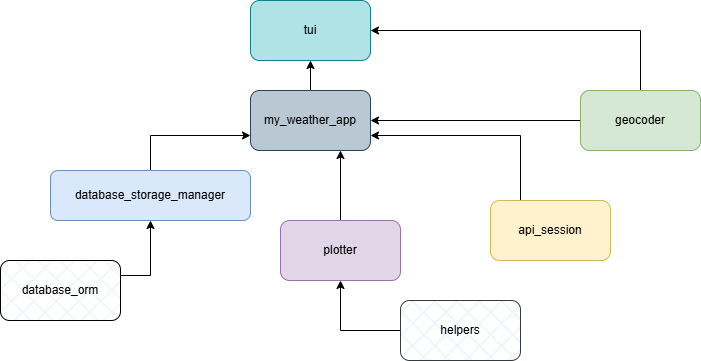
svetozarv/terminal-forecast-plotter keeps this draw.io diagram as img/my_weather_app.drawio.png. Above is the earlier version. Source tidied: cells renumbered, new cells last; positions are measured from the earlier drawing's top-left corner, leaving out a move shared by most shapes.
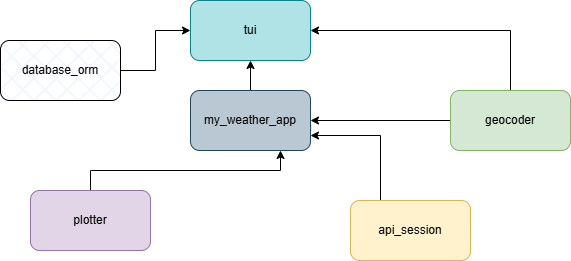
The same file after the commit.

Diff of the diagram source:
```diff
@@ -6,20 +6,14 @@
       <mxGeometry relative="1" as="geometry" />
     </mxCell>
     <mxCell id="3" value="api_session" style="rounded=1;whiteSpace=wrap;html=1;fillColor=#fff2cc;strokeColor=#d6b656;" parent="1" vertex="1">
-      <mxGeometry x="490" y="200" width="120" height="60" as="geometry" />
+      <mxGeometry x="680" y="620" width="120" height="60" as="geometry" />
     </mxCell>
-    <mxCell id="4" style="edgeStyle=orthogonalEdgeStyle;rounded=0;jettySize=auto;html=1;exitX=1;exitY=0.25;exitDx=0;exitDy=0;entryX=0.5;entryY=1;entryDx=0;entryDy=0;" parent="1" edge="1" source="5" target="7">
-      <mxGeometry relative="1" as="geometry" />
-    </mxCell>
+    <mxCell id="18" style="edgeStyle=orthogonalEdgeStyle;rounded=0;jettySize=auto;html=1;exitX=1;exitY=0.5;exitDx=0;exitDy=0;entryX=0;entryY=0.5;entryDx=0;entryDy=0;" parent="1" edge="1" source="5" target="15">
+      <mxGeometry relative="1" as="geometry" />
+    </mxCell>
     <mxCell id="5" value="database_orm" style="rounded=1;whiteSpace=wrap;html=1;fillColor=#dae8fc;strokeColor=default;fillStyle=cross-hatch;" parent="1" vertex="1">
-      <mxGeometry y="260" width="120" height="60" as="geometry" />
+      <mxGeometry x="330" y="460" width="120" height="60" as="geometry" />
     </mxCell>
-    <mxCell id="6" style="edgeStyle=orthogonalEdgeStyle;rounded=0;jettySize=auto;html=1;exitX=0.5;exitY=0;exitDx=0;exitDy=0;entryX=0;entryY=0.75;entryDx=0;entryDy=0;" parent="1" edge="1" source="7" target="14">
-      <mxGeometry relative="1" as="geometry" />
-    </mxCell>
-    <mxCell id="7" value="database_sto&lt;span style=&quot;background-color: transparent; color: light-dark(rgb(0, 0, 0), rgb(255, 255, 255));&quot;&gt;rage_manager&lt;/span&gt;" style="rounded=1;whiteSpace=wrap;html=1;fillColor=#dae8fc;strokeColor=#6c8ebf;" parent="1" vertex="1">
-      <mxGeometry x="50" y="170" width="200" height="50" as="geometry" />
-    </mxCell>
     <mxCell id="8" style="edgeStyle=orthogonalEdgeStyle;rounded=0;jettySize=auto;html=1;exitX=0.5;exitY=0;exitDx=0;exitDy=0;entryX=1;entryY=0.5;entryDx=0;entryDy=0;" parent="1" edge="1" source="10" target="15">
       <mxGeometry relative="1" as="geometry" />
     </mxCell>
@@ -27,28 +21,22 @@
       <mxGeometry relative="1" as="geometry" />
     </mxCell>
     <mxCell id="10" value="geocoder" style="rounded=1;whiteSpace=wrap;html=1;fillColor=#d5e8d4;strokeColor=#82b366;" parent="1" vertex="1">
-      <mxGeometry x="580" y="90" width="120" height="60" as="geometry" />
+      <mxGeometry x="780" y="510" width="120" height="60" as="geometry" />
     </mxCell>
-    <mxCell id="11" style="edgeStyle=orthogonalEdgeStyle;rounded=0;jettySize=auto;html=1;exitX=0;exitY=0.5;exitDx=0;exitDy=0;entryX=0.5;entryY=1;entryDx=0;entryDy=0;" parent="1" edge="1" source="12" target="17">
-      <mxGeometry relative="1" as="geometry" />
-    </mxCell>
-    <mxCell id="12" value="helpers" style="rounded=1;whiteSpace=wrap;html=1;fillColor=#cce5ff;strokeColor=#36393d;fillStyle=cross-hatch;" parent="1" vertex="1">
-      <mxGeometry x="400" y="300" width="120" height="60" as="geometry" />
-    </mxCell>
     <mxCell id="13" style="edgeStyle=orthogonalEdgeStyle;rounded=0;jettySize=auto;html=1;exitX=0.5;exitY=0;exitDx=0;exitDy=0;entryX=0.5;entryY=1;entryDx=0;entryDy=0;" parent="1" edge="1" source="14" target="15">
       <mxGeometry relative="1" as="geometry" />
     </mxCell>
     <mxCell id="14" value="my_weather_app" style="rounded=1;whiteSpace=wrap;html=1;fillColor=#bac8d3;strokeColor=#23445d;" parent="1" vertex="1">
-      <mxGeometry x="250" y="90" width="120" height="60" as="geometry" />
+      <mxGeometry x="520" y="510" width="120" height="60" as="geometry" />
     </mxCell>
     <mxCell id="15" value="tui" style="rounded=1;whiteSpace=wrap;html=1;fillColor=#b0e3e6;strokeColor=#0e8088;" parent="1" vertex="1">
-      <mxGeometry x="250" width="120" height="60" as="geometry" />
+      <mxGeometry x="520" y="420" width="120" height="60" as="geometry" />
     </mxCell>
     <mxCell id="16" style="edgeStyle=orthogonalEdgeStyle;rounded=0;jettySize=auto;html=1;exitX=0.5;exitY=0;exitDx=0;exitDy=0;entryX=0.75;entryY=1;entryDx=0;entryDy=0;" parent="1" edge="1" source="17" target="14">
       <mxGeometry relative="1" as="geometry" />
     </mxCell>
     <mxCell id="17" value="plotter" style="rounded=1;whiteSpace=wrap;html=1;fillColor=#e1d5e7;strokeColor=#9673a6;" parent="1" vertex="1">
-      <mxGeometry x="280" y="220" width="120" height="60" as="geometry" />
+      <mxGeometry x="360" y="610" width="120" height="60" as="geometry" />
     </mxCell>
   </root>
 </mxGraphModel>
```
